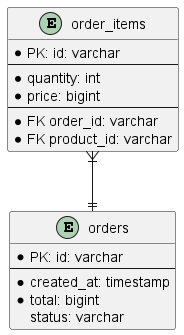
Before: 1-documentation/er-diagram/diagram/order.png, a diagram exported from PlantUML (sokimaaa/6CORE). Its source is kept beside it as 1-documentation/er-diagram/script/order.puml.
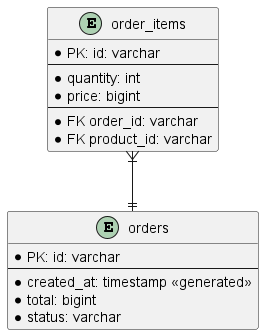
The same file after the commit.

What changed in the source:
```diff
@@ -13,9 +13,9 @@
 entity "orders" as or {
  * PK: id: varchar
  --
- * created_at: timestamp
+ * created_at: timestamp <<generated>>
  * total: bigint
-  status: varchar
+ * status: varchar
 }
 
 ori }|--|| or
```
